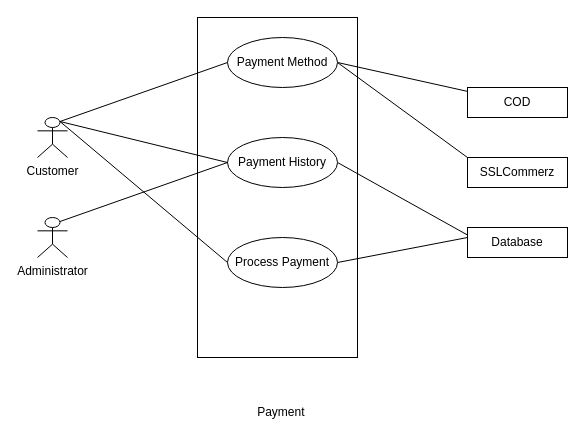
Before: Software-Requirement-Specification/Use-Case-Diagrams/Level-1.9.drawio in fiercePanda007/SPL2-EcommerceWebApp, a draw.io diagram. Source tidied: cells renumbered, new cells numbered last; positions are measured from the earlier drawing's top-left corner, leaving out a move shared by most shapes. Both pictures are drawn from the tidied source at 100%, with x=0, y=0 at pixel (37, 17).
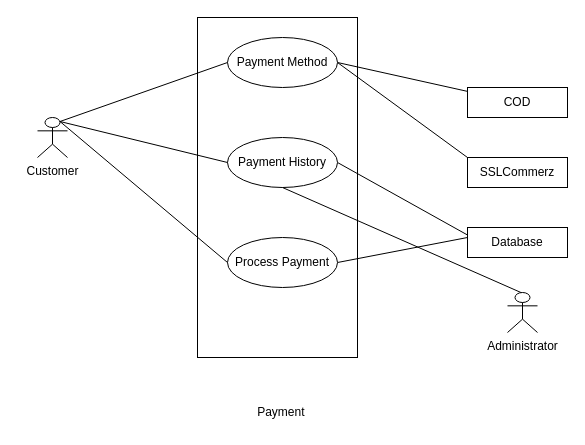
The same diagram, later.

Unchanged cells that the change refers to:
```xml
<mxCell id="7" value="Payment History" style="ellipse;whiteSpace=wrap;html=1;" parent="1" vertex="1">
  <mxGeometry x="190" y="120" width="110" height="50" as="geometry" />
</mxCell>
```

What changed in the source:
```diff
@@
-    <mxCell id="18" style="edgeStyle=none;html=1;exitX=0.75;exitY=0.1;exitDx=0;exitDy=0;exitPerimeter=0;entryX=0;entryY=0.5;entryDx=0;entryDy=0;endArrow=none;endFill=0;" parent="1" edge="1" source="19" target="7">
+    <mxCell id="18" style="edgeStyle=none;html=1;exitX=0.75;exitY=0.1;exitDx=0;exitDy=0;exitPerimeter=0;entryX=0.5;entryY=1;entryDx=0;entryDy=0;endArrow=none;endFill=0;" parent="1" edge="1" source="19" target="7">
       <mxGeometry relative="1" as="geometry" />
     </mxCell>
     <mxCell id="19" value="Administrator" style="shape=umlActor;verticalLabelPosition=bottom;verticalAlign=top;html=1;outlineConnect=0;" parent="1" vertex="1">
-      <mxGeometry y="200" width="30" height="40" as="geometry" />
+      <mxGeometry x="470" y="275" width="30" height="40" as="geometry" />
     </mxCell>
```
